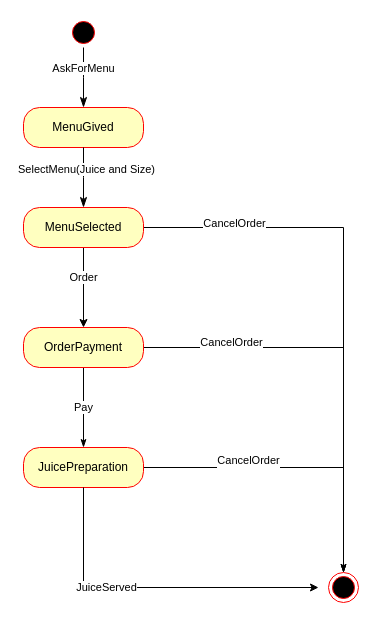
Before: page "States" (3 of 3) of Conception/Domaine.drawio in sokhnat/fipipn-02-info-1-exam, a draw.io diagram. Source tidied: cells renumbered, new cells numbered last; positions are measured from the earlier drawing's top-left corner, leaving out a move shared by most shapes. Both pictures are drawn from the tidied source at 100%, with x=0, y=0 at pixel (23, 17).
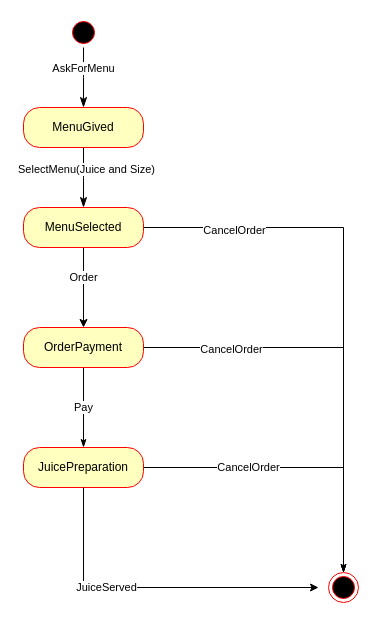
After the change.

Unchanged cells that the change refers to:
```xml
<mxCell id="9" style="edgeStyle=orthogonalEdgeStyle;rounded=0;jettySize=auto;html=1;exitX=1;exitY=0.5;exitDx=0;exitDy=0;endArrow=classicThin;endFill=1;strokeColor=#000000;" parent="1" edge="1" source="11" target="18">
  <mxGeometry relative="1" as="geometry" />
</mxCell>
<mxCell id="13" style="edgeStyle=orthogonalEdgeStyle;rounded=0;jettySize=auto;html=1;exitX=1;exitY=0.5;exitDx=0;exitDy=0;endArrow=classicThin;endFill=1;strokeColor=#000000;entryX=0.5;entryY=0;entryDx=0;entryDy=0;" parent="1" edge="1" source="15" target="18">
  <mxGeometry relative="1" as="geometry" />
</mxCell>
<mxCell id="17" value="JuicePreparation" style="rounded=1;whiteSpace=wrap;html=1;arcSize=40;fontColor=#000000;fillColor=#ffffc0;strokeColor=#ff0000;" parent="1" vertex="1">
  <mxGeometry y="430" width="120" height="40" as="geometry" />
</mxCell>
<mxCell id="18" style="ellipse;html=1;shape=endState;fillColor=#000000;strokeColor=#ff0000;" parent="1" vertex="1">
  <mxGeometry x="305" y="555" width="30" height="30" as="geometry" />
</mxCell>
```

What changed in the source:
```diff
@@
-    <mxCell id="10" value="&#10;CancelOrder&#10;&#10;" style="edgeLabel;html=1;align=center;verticalAlign=middle;" parent="9" vertex="1">
+    <mxCell id="10" value="CancelOrder" style="edgeLabel;html=1;align=center;verticalAlign=middle;" parent="9" vertex="1">
       <mxGeometry x="-0.67" y="-2" relative="1" as="geometry" />
     </mxCell>
@@
-    <mxCell id="14" value="&#10;CancelOrder&#10;&#10;" style="edgeLabel;html=1;align=center;verticalAlign=middle;" parent="13" vertex="1">
+    <mxCell id="14" value="CancelOrder" style="edgeLabel;html=1;align=center;verticalAlign=middle;" parent="13" vertex="1">
       <mxGeometry x="-0.59" y="-1" relative="1" as="geometry" />
     </mxCell>
@@
-    <mxCell id="16" value="&#10;CancelOrder&#10;&#10;" style="edgeStyle=orthogonalEdgeStyle;rounded=0;jettySize=auto;html=1;exitX=1;exitY=0.5;exitDx=0;exitDy=0;endArrow=classicThin;endFill=1;strokeColor=#000000;" parent="1" edge="1" source="17" target="18">
+    <mxCell id="16" value="CancelOrder" style="edgeStyle=orthogonalEdgeStyle;rounded=0;jettySize=auto;html=1;exitX=1;exitY=0.5;exitDx=0;exitDy=0;endArrow=classicThin;endFill=1;strokeColor=#000000;" parent="1" edge="1" source="17" target="18">
       <mxGeometry x="-0.31" relative="1" as="geometry">
         <Array as="points">
           <mxPoint x="320" y="450" />
         </Array>
       </mxGeometry>
     </mxCell>
```
